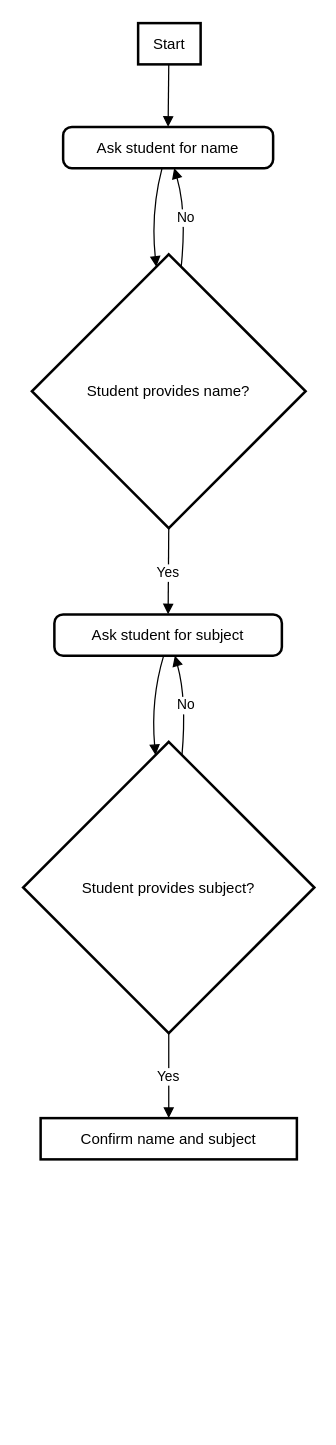
frontend-alex/flowchart-charts keeps this draw.io diagram as week-2/flowcharts/findclassroom.drawio. Above is the earlier version. Source tidied: cells renumbered, new cells numbered last; positions are measured from the earlier drawing's top-left corner, leaving out a move shared by most shapes. Both pictures are drawn from the tidied source at 125%, with x=0, y=0 at pixel (22, 22).
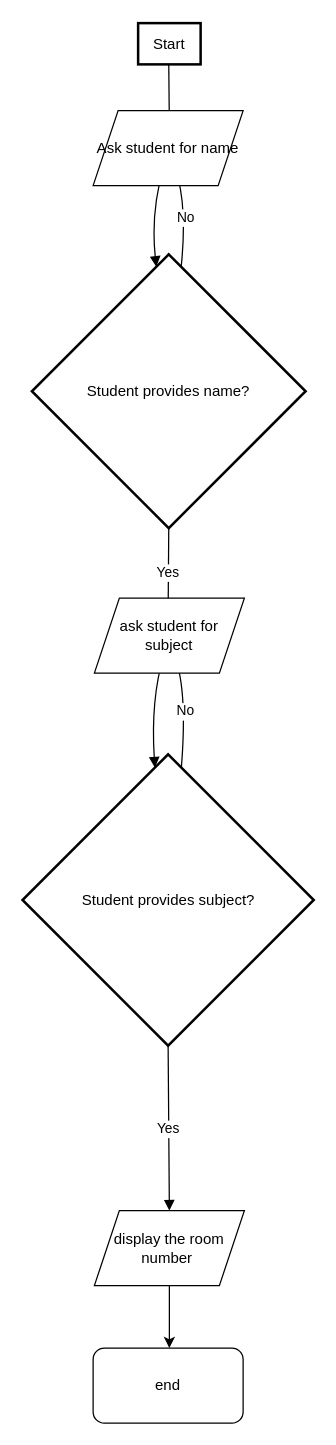
The same page after the edit.

The change refers to these unchanged cells:
```xml
<mxCell id="2" value="Start" style="whiteSpace=wrap;strokeWidth=2;" parent="1" vertex="1">
  <mxGeometry x="92" width="50" height="33" as="geometry" />
</mxCell>
<mxCell id="4" value="Student provides name?" style="rhombus;strokeWidth=2;whiteSpace=wrap;" parent="1" vertex="1">
  <mxGeometry x="7" y="185" width="219" height="219" as="geometry" />
</mxCell>
```

Change to the diagram source:
```diff
@@
-    <mxCell id="3" value="Ask student for name" style="rounded=1;absoluteArcSize=1;arcSize=14;whiteSpace=wrap;strokeWidth=2;" parent="1" vertex="1">
-      <mxGeometry x="32" y="83" width="168" height="33" as="geometry" />
-    </mxCell>
@@
-    <mxCell id="5" value="Ask student for subject" style="rounded=1;absoluteArcSize=1;arcSize=14;whiteSpace=wrap;strokeWidth=2;" parent="1" vertex="1">
-      <mxGeometry x="25" y="473" width="182" height="33" as="geometry" />
-    </mxCell>
     <mxCell id="6" value="Student provides subject?" style="rhombus;strokeWidth=2;whiteSpace=wrap;" parent="1" vertex="1">
-      <mxGeometry y="575" width="233" height="233" as="geometry" />
+      <mxGeometry x="-0.5" y="585" width="233" height="233" as="geometry" />
     </mxCell>
-    <mxCell id="7" value="Confirm name and subject" style="whiteSpace=wrap;strokeWidth=2;" parent="1" vertex="1">
-      <mxGeometry x="14" y="876" width="205" height="33" as="geometry" />
-    </mxCell>
-    <mxCell id="8" style="curved=1;startArrow=none;endArrow=block;exitX=0.49;exitY=1.01;entryX=0.5;entryY=0.01;" parent="1" edge="1" source="2" target="3">
-      <mxGeometry relative="1" as="geometry" />
+    <mxCell id="8" style="curved=1;startArrow=none;endArrow=block;exitX=0.49;exitY=1.01;entryX=0.5;entryY=0.01;" parent="1" edge="1" source="2">
+      <mxGeometry relative="1" as="geometry">
+        <mxPoint x="117" y="83" as="targetPoint" />
+      </mxGeometry>
     </mxCell>
-    <mxCell id="9" style="curved=1;startArrow=none;endArrow=block;exitX=0.47;exitY=1.02;entryX=0.45;entryY=0;" parent="1" edge="1" source="3" target="4">
+    <mxCell id="9" style="curved=1;startArrow=none;endArrow=block;exitX=0.47;exitY=1.02;entryX=0.45;entryY=0;" parent="1" edge="1" target="4">
       <mxGeometry relative="1" as="geometry">
+        <mxPoint x="112.2" y="116" as="sourcePoint" />
         <Array as="points">
           <mxPoint x="102" y="151" />
         </Array>
       </mxGeometry>
     </mxCell>
-    <mxCell id="10" value="Yes" style="curved=1;startArrow=none;endArrow=block;exitX=0.5;exitY=1;entryX=0.5;entryY=0;" parent="1" edge="1" source="4" target="5">
-      <mxGeometry relative="1" as="geometry" />
+    <mxCell id="10" value="Yes" style="curved=1;startArrow=none;endArrow=block;exitX=0.5;exitY=1;entryX=0.5;entryY=0;" parent="1" edge="1" source="4">
+      <mxGeometry relative="1" as="geometry">
+        <mxPoint x="116" y="473" as="targetPoint" />
+      </mxGeometry>
     </mxCell>
-    <mxCell id="11" value="No" style="curved=1;startArrow=none;endArrow=block;exitX=0.55;exitY=0;entryX=0.53;entryY=1.02;" parent="1" edge="1" source="4" target="3">
+    <mxCell id="11" value="No" style="curved=1;startArrow=none;endArrow=block;exitX=0.55;exitY=0;entryX=0.53;entryY=1.02;" parent="1" edge="1" source="4">
       <mxGeometry relative="1" as="geometry">
+        <mxPoint x="121.8" y="116" as="targetPoint" />
         <Array as="points">
           <mxPoint x="131" y="151" />
         </Array>
       </mxGeometry>
     </mxCell>
-    <mxCell id="12" style="curved=1;startArrow=none;endArrow=block;exitX=0.48;exitY=1.01;entryX=0.45;entryY=0;" parent="1" edge="1" source="5" target="6">
+    <mxCell id="12" style="curved=1;startArrow=none;endArrow=block;exitX=0.48;exitY=1.01;entryX=0.45;entryY=0;" parent="1" edge="1" target="6">
       <mxGeometry relative="1" as="geometry">
+        <mxPoint x="112.4" y="506" as="sourcePoint" />
         <Array as="points">
           <mxPoint x="102" y="541" />
         </Array>
       </mxGeometry>
     </mxCell>
-    <mxCell id="13" value="Yes" style="curved=1;startArrow=none;endArrow=block;exitX=0.5;exitY=1;entryX=0.5;entryY=0.01;" parent="1" edge="1" source="6" target="7">
-      <mxGeometry relative="1" as="geometry" />
+    <mxCell id="13" value="Yes" style="curved=1;startArrow=none;endArrow=block;exitX=0.5;exitY=1;entryX=0.5;entryY=0.01;" parent="1" edge="1" source="6">
+      <mxGeometry relative="1" as="geometry">
+        <mxPoint x="117" y="950" as="targetPoint" />
+      </mxGeometry>
     </mxCell>
-    <mxCell id="14" value="No" style="curved=1;startArrow=none;endArrow=block;exitX=0.55;exitY=0;entryX=0.53;entryY=1.01;" parent="1" edge="1" source="6" target="5">
+    <mxCell id="14" value="No" style="curved=1;startArrow=none;endArrow=block;exitX=0.55;exitY=0;entryX=0.53;entryY=1.01;" parent="1" edge="1" source="6">
       <mxGeometry relative="1" as="geometry">
+        <mxPoint x="121.4" y="506" as="targetPoint" />
         <Array as="points">
           <mxPoint x="131" y="541" />
         </Array>
       </mxGeometry>
     </mxCell>
+    <mxCell id="3" value="Ask student for name" style="shape=parallelogram;perimeter=parallelogramPerimeter;whiteSpace=wrap;html=1;fixedSize=1;" parent="1" vertex="1">
+      <mxGeometry x="56" y="70" width="120" height="60" as="geometry" />
+    </mxCell>
+    <mxCell id="15" value="ask student for subject" style="shape=parallelogram;perimeter=parallelogramPerimeter;whiteSpace=wrap;html=1;fixedSize=1;" parent="1" vertex="1">
+      <mxGeometry x="57" y="460" width="120" height="60" as="geometry" />
+    </mxCell>
+    <mxCell id="16" style="edgeStyle=orthogonalEdgeStyle;rounded=0;jettySize=auto;html=1;" parent="1" edge="1" source="17">
+      <mxGeometry relative="1" as="geometry">
+        <mxPoint x="117" y="1060" as="targetPoint" />
+      </mxGeometry>
+    </mxCell>
+    <mxCell id="17" value="display the room number&amp;nbsp;" style="shape=parallelogram;perimeter=parallelogramPerimeter;whiteSpace=wrap;html=1;fixedSize=1;" parent="1" vertex="1">
+      <mxGeometry x="57" y="950" width="120" height="60" as="geometry" />
+    </mxCell>
+    <mxCell id="18" value="end" style="rounded=1;whiteSpace=wrap;html=1;" parent="1" vertex="1">
+      <mxGeometry x="56" y="1060" width="120" height="60" as="geometry" />
+    </mxCell>
```
